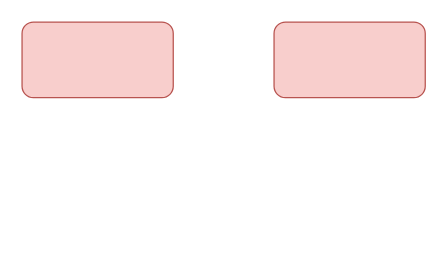
The draw.io diagram Robbero Scope Demo.drawio in nyolamike/roberoscope-docs, before the edit. Source tidied: cells renumbered, new cells numbered last; positions are measured from the earlier drawing's top-left corner, leaving out a move shared by most shapes. Both pictures are drawn from the tidied source at 126%, with x=0, y=0 at pixel (21, 21).
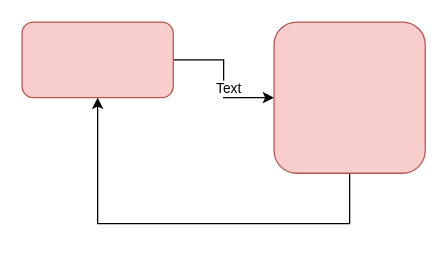
The same page after the edit.

Change to the diagram source:
```diff
@@
 <mxGraphModel>
   <root>
     <mxCell id="0" />
     <mxCell id="1" parent="0" />
+    <mxCell id="4" style="edgeStyle=orthogonalEdgeStyle;rounded=0;jettySize=auto;html=1;" parent="1" edge="1" source="2" target="3">
+      <mxGeometry relative="1" as="geometry" />
+    </mxCell>
+    <mxCell id="5" value="Text" style="edgeLabel;html=1;align=center;verticalAlign=middle;" parent="4" vertex="1">
+      <mxGeometry x="0.12" y="3" relative="1" as="geometry" />
+    </mxCell>
     <mxCell id="2" style="rounded=1;whiteSpace=wrap;html=1;fillColor=#f8cecc;strokeColor=#b85450;comic=0;absoluteArcSize=0;glass=0;" parent="1" vertex="1">
       <mxGeometry width="120" height="60" as="geometry" />
     </mxCell>
+    <mxCell id="6" style="edgeStyle=orthogonalEdgeStyle;rounded=0;jettySize=auto;html=1;entryX=0.5;entryY=1;entryDx=0;entryDy=0;" parent="1" edge="1" source="3" target="2">
+      <mxGeometry relative="1" as="geometry">
+        <Array as="points">
+          <mxPoint x="260" y="160" />
+          <mxPoint x="60" y="160" />
+        </Array>
+      </mxGeometry>
+    </mxCell>
     <mxCell id="3" style="rounded=1;whiteSpace=wrap;html=1;fillColor=#f8cecc;strokeColor=#b85450;comic=0;absoluteArcSize=0;glass=0;" parent="1" vertex="1">
-      <mxGeometry x="200" width="120" height="60" as="geometry" />
+      <mxGeometry x="200" width="120" height="120" as="geometry" />
     </mxCell>
   </root>
 </mxGraphModel>
```
